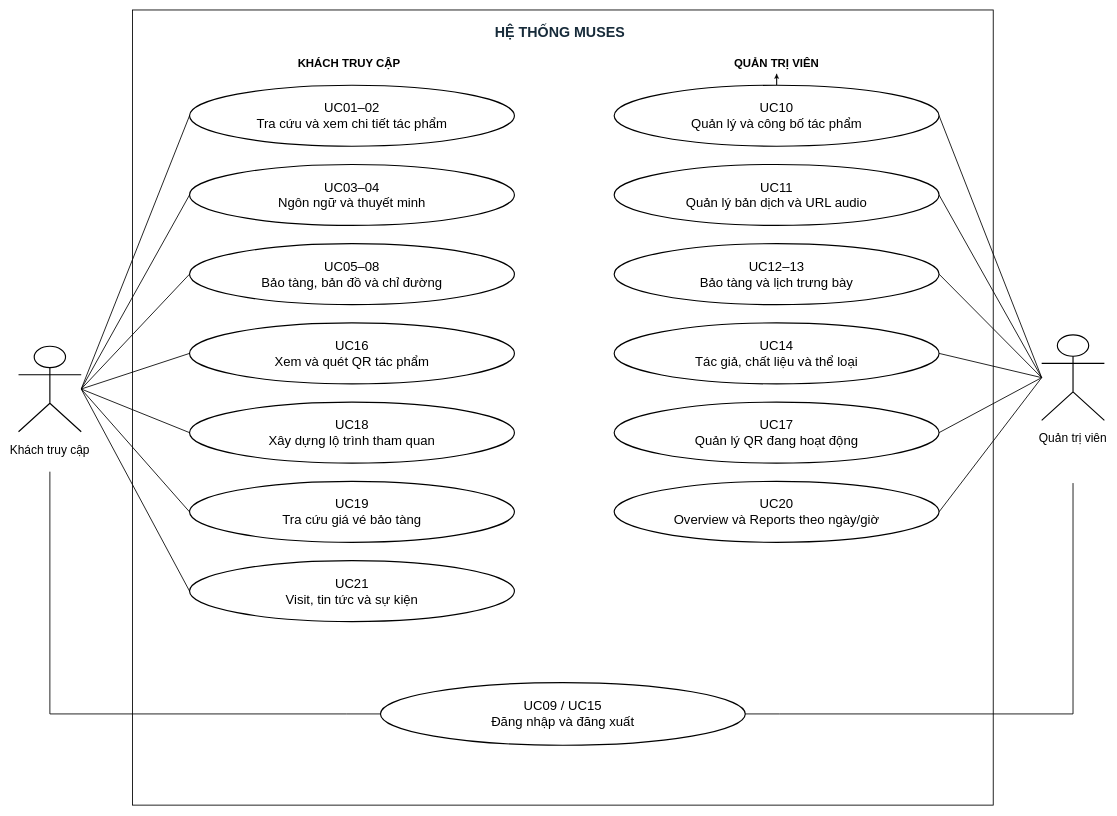
Earlier version of the draw.io diagram docs/prd/diagrams/source/Muses_UseCase_TongQuat.drawio (baybbut/CNPM_GROUP6). Source tidied: cells renumbered, new cells numbered last; positions are measured from the earlier drawing's top-left corner, leaving out a move shared by most shapes. Both pictures are drawn from the tidied source at 57%, with x=0, y=0 at pixel (18, 10).
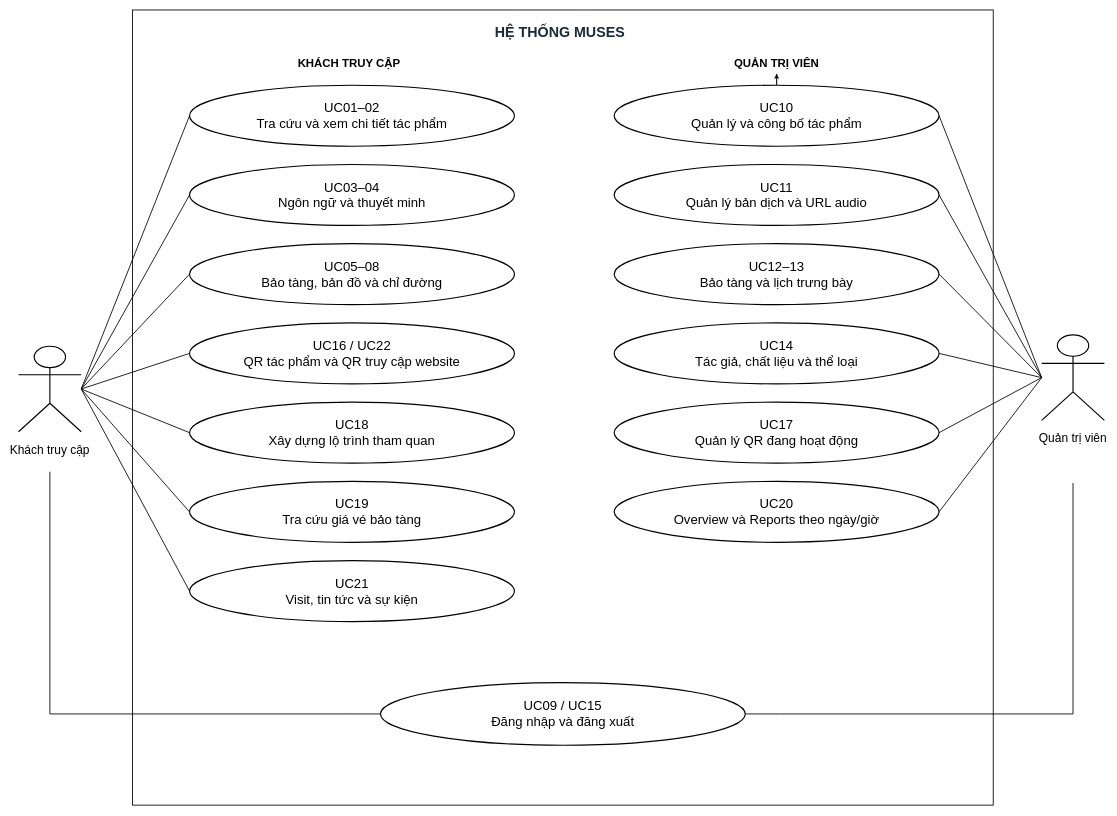
After the change.

What changed in the source:
```diff
@@
-    <mxCell id="14" value="UC16&#10;Xem và quét QR tác phẩm" style="fontFamily=Arial;html=0;convertToSvg=1;svgWhiteSpace=wrap;ellipse;whiteSpace=wrap;align=center;verticalAlign=middle;strokeWidth=2;fontSize=23;spacing=15;" parent="1" vertex="1">
+    <mxCell id="14" value="UC16 / UC22&#10;QR tác phẩm và QR truy cập website" style="fontFamily=Arial;html=0;convertToSvg=1;svgWhiteSpace=wrap;ellipse;whiteSpace=wrap;align=center;verticalAlign=middle;strokeWidth=2;fontSize=23;spacing=15;" parent="1" vertex="1">
       <mxGeometry x="300" y="549" width="570" height="107" as="geometry" />
     </mxCell>
```
